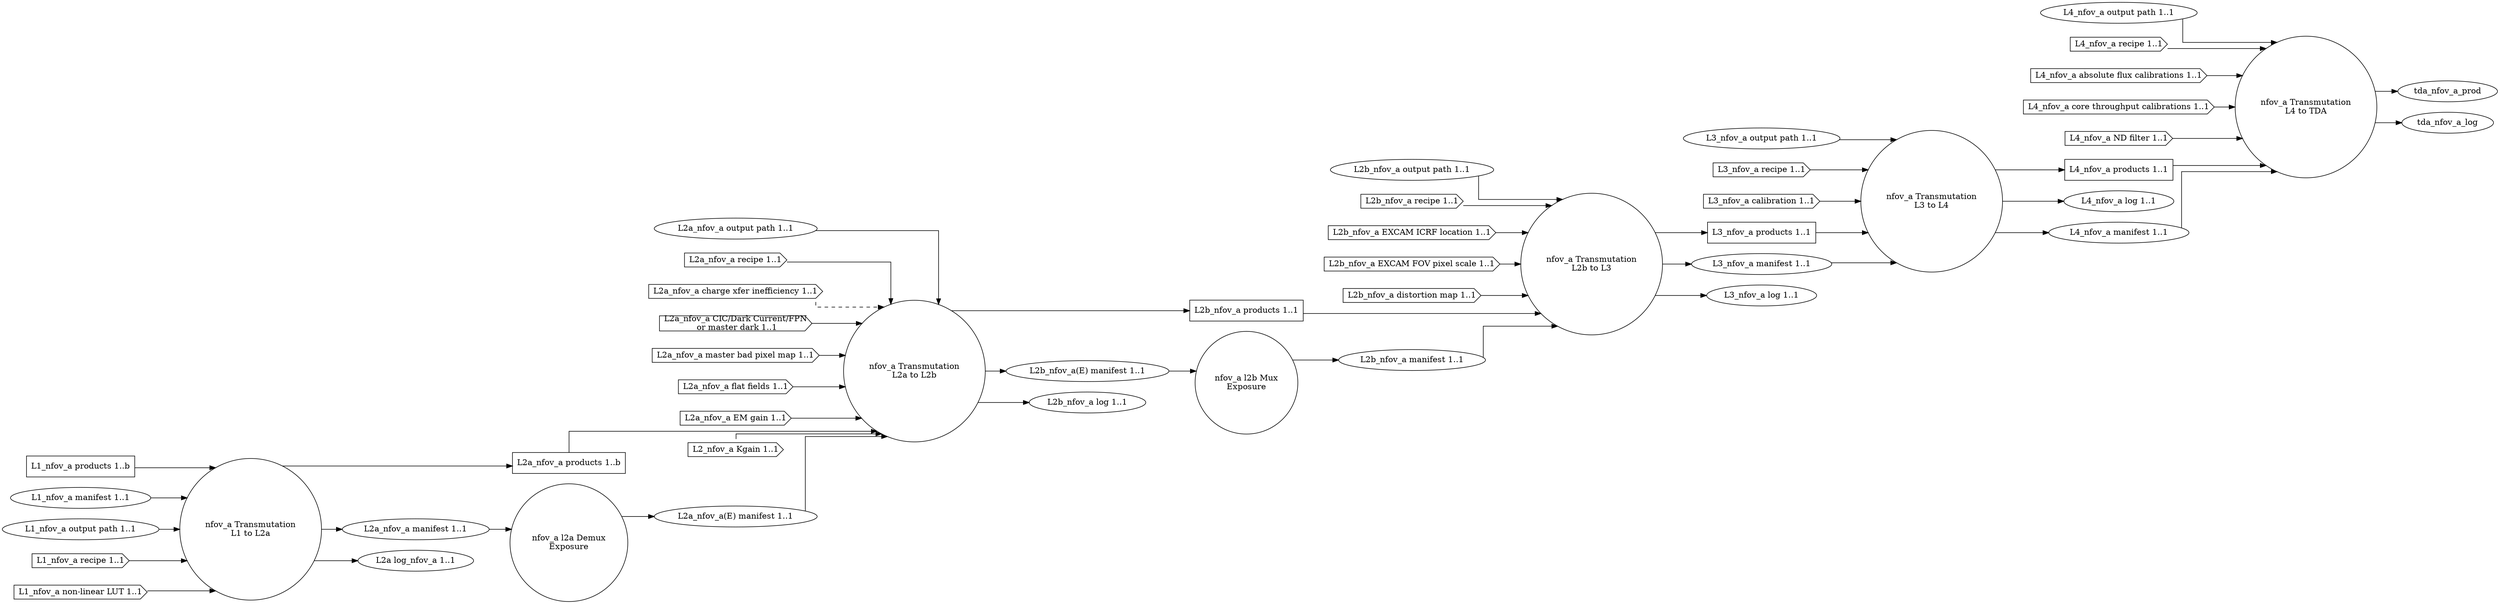
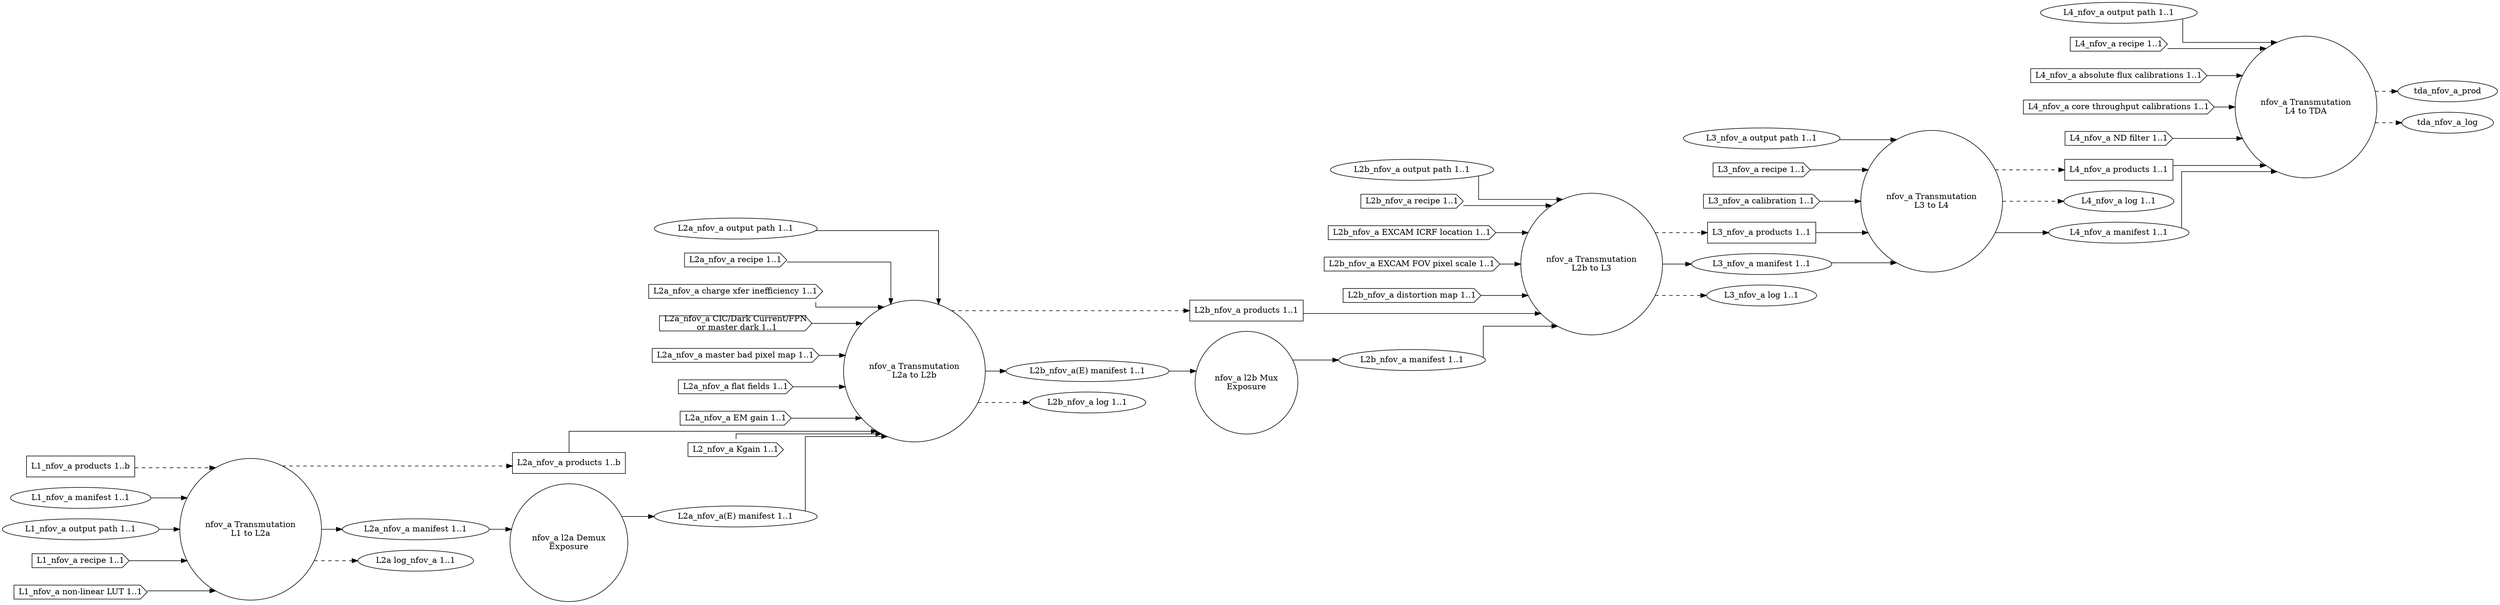
digraph NarrowFieldOfViewAnalog
{
  graph [splines="ortho", rankdir=LR];

  trans_nfov_a_l1_l2a [label="nfov_a Transmutation\nL1 to L2a", shape="circle"];
  l2a_nfov_a_demux [label="nfov_a l2a Demux\nExposure" shape="circle"];
  trans_nfov_a_l2a_l2b [label="nfov_a Transmutation\nL2a to L2b", shape="circle"];
  l2b_nfov_a_mux [label="nfov_a l2b Mux\nExposure", shape="circle"];
  trans_nfov_a_l2b_l3 [label="nfov_a Transmutation\nL2b to L3", shape="circle"];
  trans_nfov_a_l3_l4 [label="nfov_a Transmutation\nL3 to L4", shape="circle"];
  trans_nfov_a_l4_tda [label="nfov_a Transmutation\nL4 to TDA", shape="circle"];

  l1_nfov_a_prod [label="L1_nfov_a products 1..b", shape="rectangle"];
  l1_nfov_a_man [label="L1_nfov_a manifest 1..1", shape="ellipse"];
  l1_nfov_a_odir [label="L1_nfov_a output path 1..1", shape="ellipse"];
  l1_nfov_a_rec [label="L1_nfov_a recipe 1..1", shape="cds"];
  l1_nfov_a_nllut [label="L1_nfov_a non-linear LUT 1..1", shape="cds"];

  l2a_nfov_a_prod [label="L2a_nfov_a products 1..b", shape="rectangle"];
  l2a_nfov_a_man [label="L2a_nfov_a manifest 1..1", shape="ellipse"];
  l2a_nfov_a_odir [label="L2a_nfov_a output path 1..1", shape="ellipse"];
  l2a_nfov_a_rec [label="L2a_nfov_a recipe 1..1", shape="cds"];
  l2a_nfov_a_cti [label="L2a_nfov_a charge xfer inefficiency 1..1", shape="cds"];
  l2a_nfov_a_dnb [label="L2a_nfov_a CIC/Dark Current/FPN\n or master dark 1..1", shape="cds"];
  l2a_nfov_a_mbpm [label="L2a_nfov_a master bad pixel map 1..1", shape="cds"];
  l2a_nfov_a_ff [label="L2a_nfov_a flat fields 1..1", shape="cds"];
  l2a_nfov_a_emg [label="L2a_nfov_a EM gain 1..1", shape="cds"];
  l2a_nfov_a_kgain [label="L2_nfov_a Kgain 1..1", shape="cds"];
  l2a_nfov_a_log [label="L2a log_nfov_a 1..1", shape="ellipse"];
  l2a_nfov_a_man_demux [label="L2a_nfov_a(E) manifest 1..1", shape="ellipse"];

  l2b_nfov_a_prod [label="L2b_nfov_a products 1..1", shape="rectangle"];
  l2b_nfov_a_man [label="L2b_nfov_a manifest 1..1", shape="ellipse"];
  l2b_nfov_a_odir [label="L2b_nfov_a output path 1..1", shape="ellipse"];
  l2b_nfov_a_rec [label="L2b_nfov_a recipe 1..1", shape="cds"];
  l2b_nfov_a_excicrf [label="L2b_nfov_a EXCAM ICRF location 1..1", shape="cds"];
  l2b_nfov_a_excfovps [label="L2b_nfov_a EXCAM FOV pixel scale 1..1", shape="cds"];
  l2b_nfov_a_distm [label="L2b_nfov_a distortion map 1..1", shape="cds"];
  l2b_nfov_a_man_demux [label="L2b_nfov_a(E) manifest 1..1", shape="ellipse"];
  l2b_nfov_a_log [label="L2b_nfov_a log 1..1", shape="ellipse"];

  l3_nfov_a_prod [label="L3_nfov_a products 1..1", shape="rectangle"];
  l3_nfov_a_odir [label="L3_nfov_a output path 1..1", shape="ellipse"];
  l3_nfov_a_man [label="L3_nfov_a manifest 1..1", shape="ellipse"];
  l3_nfov_a_rec [label="L3_nfov_a recipe 1..1", shape="cds"];
  l3_nfov_a_cal [label="L3_nfov_a calibration 1..1", shape="cds"];
  l3_nfov_a_log [label="L3_nfov_a log 1..1", shape="ellipse"];

  l4_nfov_a_prod [label="L4_nfov_a products 1..1", shape="rectangle"];
  l4_nfov_a_odir [label="L4_nfov_a output path 1..1", shape="ellipse"];
  l4_nfov_a_log [label="L4_nfov_a log 1..1", shape="ellipse"];
  l4_nfov_a_man [label="L4_nfov_a manifest 1..1", shape="ellipse"];
  l4_nfov_a_rec [label="L4_nfov_a recipe 1..1", shape="cds"];
  l4_nfov_a_afcal [label="L4_nfov_a absolute flux calibrations 1..1", shape="cds"];
  l4_nfov_a_ctcal [label="L4_nfov_a core throughput calibrations 1..1", shape="cds"];
  l4_nfov_a_ndfilt [label="L4_nfov_a ND filter 1..1", shape="cds"];

-   l1_nfov_a_prod -> trans_nfov_a_l1_l2a;
+   l1_nfov_a_prod -> trans_nfov_a_l1_l2a [style="dashed"];
  l1_nfov_a_man -> trans_nfov_a_l1_l2a;
  l1_nfov_a_odir -> trans_nfov_a_l1_l2a;
  l1_nfov_a_rec -> trans_nfov_a_l1_l2a;
  l1_nfov_a_nllut -> trans_nfov_a_l1_l2a;

-   trans_nfov_a_l1_l2a -> l2a_nfov_a_prod;
+   trans_nfov_a_l1_l2a -> l2a_nfov_a_prod [style="dashed"];
  trans_nfov_a_l1_l2a -> l2a_nfov_a_man;
-   trans_nfov_a_l1_l2a -> l2a_nfov_a_log;
+   trans_nfov_a_l1_l2a -> l2a_nfov_a_log  [style="dashed"];

  l2a_nfov_a_prod -> trans_nfov_a_l2a_l2b;
  l2a_nfov_a_kgain -> trans_nfov_a_l2a_l2b;
  l2a_nfov_a_odir -> trans_nfov_a_l2a_l2b;
  l2a_nfov_a_rec -> trans_nfov_a_l2a_l2b;
-   l2a_nfov_a_cti -> trans_nfov_a_l2a_l2b [style="dashed"];
+   l2a_nfov_a_cti -> trans_nfov_a_l2a_l2b;
  l2a_nfov_a_dnb -> trans_nfov_a_l2a_l2b;
  l2a_nfov_a_mbpm -> trans_nfov_a_l2a_l2b;
  l2a_nfov_a_ff -> trans_nfov_a_l2a_l2b;
  l2a_nfov_a_emg -> trans_nfov_a_l2a_l2b;

-   trans_nfov_a_l2a_l2b -> l2b_nfov_a_prod;
+   trans_nfov_a_l2a_l2b -> l2b_nfov_a_prod [style="dashed"];
  trans_nfov_a_l2a_l2b -> l2b_nfov_a_man_demux;
-   trans_nfov_a_l2a_l2b -> l2b_nfov_a_log;
+   trans_nfov_a_l2a_l2b -> l2b_nfov_a_log  [style="dashed"];

  l2a_nfov_a_man -> l2a_nfov_a_demux;
  l2a_nfov_a_demux -> l2a_nfov_a_man_demux;
  l2a_nfov_a_man_demux -> trans_nfov_a_l2a_l2b;

  l2b_nfov_a_man_demux -> l2b_nfov_a_mux;
  l2b_nfov_a_mux -> l2b_nfov_a_man;

  l2b_nfov_a_prod -> trans_nfov_a_l2b_l3;
  l2b_nfov_a_man -> trans_nfov_a_l2b_l3;
  l2b_nfov_a_odir -> trans_nfov_a_l2b_l3;
  l2b_nfov_a_rec -> trans_nfov_a_l2b_l3;
  l2b_nfov_a_excicrf -> trans_nfov_a_l2b_l3;
  l2b_nfov_a_excfovps -> trans_nfov_a_l2b_l3;
  l2b_nfov_a_distm -> trans_nfov_a_l2b_l3;
-   trans_nfov_a_l2b_l3 -> l3_nfov_a_prod;
+   trans_nfov_a_l2b_l3 -> l3_nfov_a_prod [style="dashed"];
  trans_nfov_a_l2b_l3 -> l3_nfov_a_man;
-   trans_nfov_a_l2b_l3 -> l3_nfov_a_log;
+   trans_nfov_a_l2b_l3 -> l3_nfov_a_log  [style="dashed"];

  l3_nfov_a_prod -> trans_nfov_a_l3_l4;
  l3_nfov_a_man -> trans_nfov_a_l3_l4;
  l3_nfov_a_odir -> trans_nfov_a_l3_l4;
  l3_nfov_a_rec -> trans_nfov_a_l3_l4;
  l3_nfov_a_cal -> trans_nfov_a_l3_l4;
-   trans_nfov_a_l3_l4 -> l4_nfov_a_prod;
-   trans_nfov_a_l3_l4 -> l4_nfov_a_log;
+   trans_nfov_a_l3_l4 -> l4_nfov_a_prod [style="dashed"];
+   trans_nfov_a_l3_l4 -> l4_nfov_a_log  [style="dashed"];
  trans_nfov_a_l3_l4 -> l4_nfov_a_man;

  l4_nfov_a_prod -> trans_nfov_a_l4_tda;
  l4_nfov_a_man -> trans_nfov_a_l4_tda;
  l4_nfov_a_odir -> trans_nfov_a_l4_tda;
  l4_nfov_a_rec -> trans_nfov_a_l4_tda;
  l4_nfov_a_afcal -> trans_nfov_a_l4_tda;
  l4_nfov_a_ctcal -> trans_nfov_a_l4_tda;
  l4_nfov_a_ndfilt -> trans_nfov_a_l4_tda;
-   trans_nfov_a_l4_tda -> tda_nfov_a_prod;
-   trans_nfov_a_l4_tda -> tda_nfov_a_log;
+   trans_nfov_a_l4_tda -> tda_nfov_a_prod [style="dashed"];
+   trans_nfov_a_l4_tda -> tda_nfov_a_log  [style="dashed"];
}
